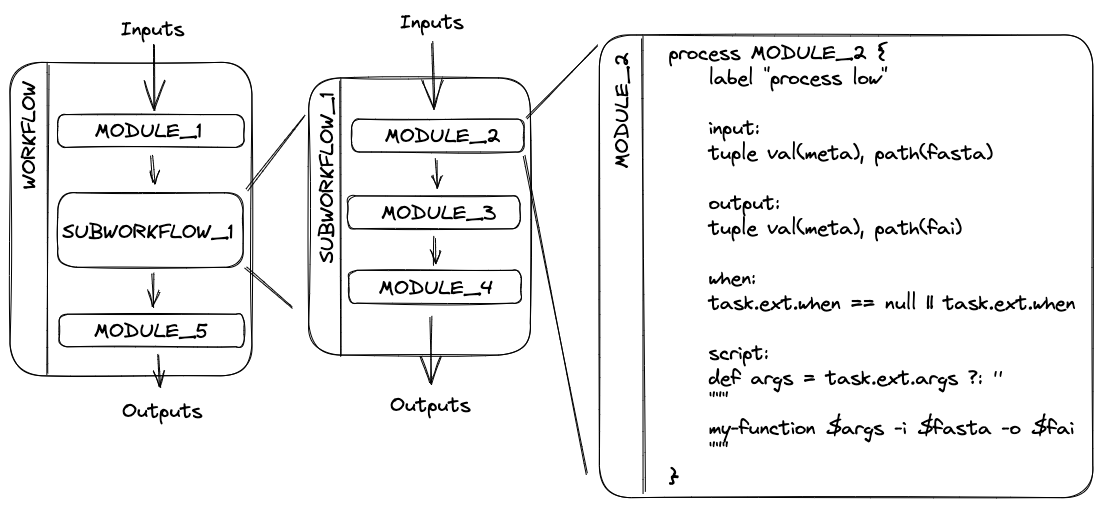
Above: figs/1.3_worksubmod.excalidraw.png in Sydney-Informatics-Hub/customising-nfcore-workshop (Excalidraw), before the change. Source tidied: one line per element, renumbered; positions are measured from the earlier drawing's top-left corner, leaving out a move shared by most shapes.
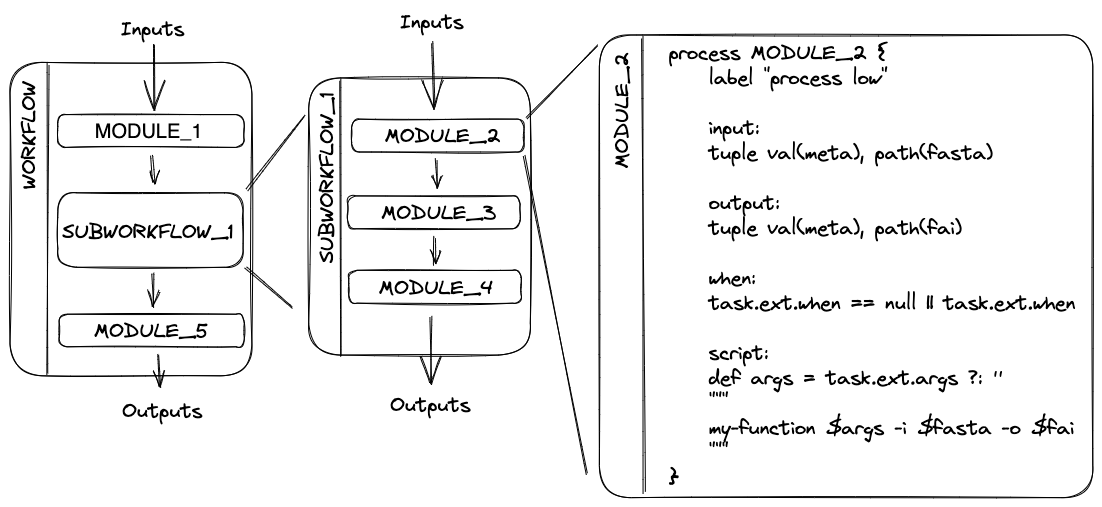
Above is the later version.

What changed in the source:
```diff
@@ -3,7 +3,7 @@
 {"id": 2, "type": "rectangle", "strokeColor": "#000000", "strokeWidth": 1, "roughness": 1, "round": true, "x": 82, "y": 183, "width": 185, "height": 74}
 {"id": 3, "type": "text", "text": "Inputs", "strokeColor": "#000000", "strokeWidth": 1, "roughness": 1, "fontSize": 20, "fontFamily": 1, "x": 146, "y": 7, "width": 64, "height": 25}
 {"id": 4, "type": "arrow", "strokeColor": "#000000", "strokeWidth": 1, "roughness": 1, "endArrowhead": "arrow", "round": true, "from": 3, "to": 5, "x": 178, "y": 34, "width": 2, "height": 67, "points": [[0, 0], [2, 67]]}
-{"id": 5, "type": "text", "text": "MODULE_1", "strokeColor": "#000000", "strokeWidth": 1, "roughness": 1, "fontSize": 20, "fontFamily": 1, "x": 119, "y": 109, "width": 107, "height": 25}
+{"id": 5, "type": "text", "text": "MODULE_1", "strokeColor": "#000000", "strokeWidth": 1, "roughness": 1, "fontSize": 20, "fontFamily": 2, "x": 119, "y": 109, "width": 108, "height": 23}
 {"id": 6, "type": "arrow", "strokeColor": "#000000", "strokeWidth": 1, "roughness": 1, "endArrowhead": "arrow", "round": true, "from": 5, "to": 2, "x": 176, "y": 145, "width": 2, "height": 28, "points": [[0, 0], [2, 28]]}
 {"id": 7, "type": "line", "strokeColor": "#000000", "strokeWidth": 1, "roughness": 1, "round": true, "x": 272, "y": 180, "width": 58, "height": 75, "points": [[0, 0], [58, -75]]}
 {"id": 8, "type": "line", "strokeColor": "#000000", "strokeWidth": 1, "roughness": 1, "round": true, "x": 269, "y": 258, "width": 47, "height": 40, "points": [[0, 0], [47, 40]]}
```
